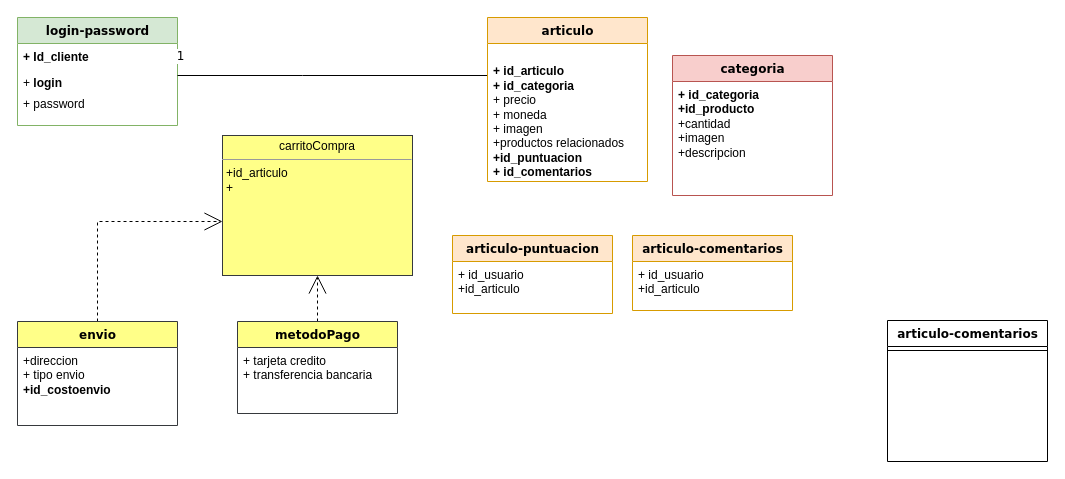
Above: Untitled Diagram.drawio in patty175/patty175 (draw.io), before the change. Source tidied: cells renumbered, new cells numbered last; positions are measured from the earlier drawing's top-left corner, leaving out a move shared by most shapes. Both pictures are drawn from the tidied source at 100%, with x=0, y=0 at pixel (17, 17).
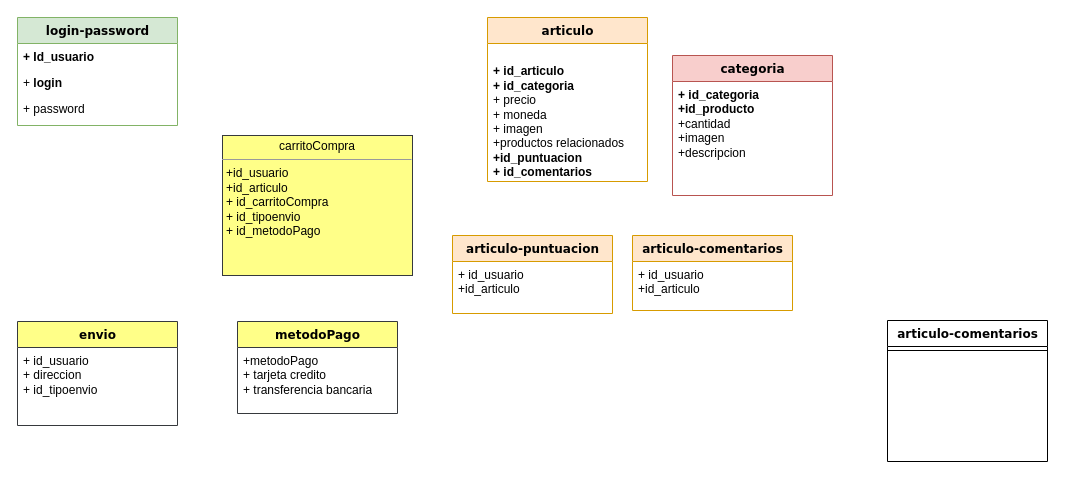
The same page after the edit.

Unchanged cells that the change refers to:
```xml
<mxCell id="3" value="envio" style="swimlane;html=1;fontStyle=1;align=center;verticalAlign=top;horizontal=1;startSize=26;swimlaneFillColor=#ffffff;rounded=0;shadow=0;comic=0;labelBackgroundColor=none;strokeWidth=1;fillColor=#ffff88;fontFamily=Verdana;fontSize=12;strokeColor=#36393d;" parent="1" vertex="1">
  <mxGeometry y="304" width="160" height="104" as="geometry" />
</mxCell>
<mxCell id="5" value="login-password" style="swimlane;html=1;fontStyle=1;align=center;verticalAlign=top;horizontal=1;startSize=26;swimlaneFillColor=#ffffff;rounded=0;shadow=0;comic=0;labelBackgroundColor=none;strokeWidth=1;fillColor=#d5e8d4;fontFamily=Verdana;fontSize=12;strokeColor=#82b366;" parent="1" vertex="1">
  <mxGeometry width="160" height="108" as="geometry" />
</mxCell>
<mxCell id="11" value="metodoPago" style="swimlane;html=1;fontStyle=1;align=center;verticalAlign=top;horizontal=1;startSize=26;swimlaneFillColor=#ffffff;rounded=0;shadow=0;comic=0;labelBackgroundColor=none;strokeWidth=1;fillColor=#ffff88;fontFamily=Verdana;fontSize=12;strokeColor=#36393d;" parent="1" vertex="1">
  <mxGeometry x="220" y="304" width="160" height="92" as="geometry" />
</mxCell>
<mxCell id="17" value="articulo" style="swimlane;html=1;fontStyle=1;align=center;verticalAlign=top;horizontal=1;startSize=26;swimlaneFillColor=#ffffff;rounded=0;shadow=0;comic=0;labelBackgroundColor=none;strokeWidth=1;fillColor=#ffe6cc;fontFamily=Verdana;fontSize=12;strokeColor=#d79b00;" parent="1" vertex="1">
  <mxGeometry x="470" width="160" height="164" as="geometry" />
</mxCell>
```

Diff of the diagram source:
```diff
@@
-    <mxCell id="2" style="edgeStyle=orthogonalEdgeStyle;rounded=0;html=1;dashed=1;labelBackgroundColor=none;startArrow=none;startFill=0;startSize=8;endArrow=open;endFill=0;endSize=16;fontFamily=Verdana;fontSize=12;" parent="1" edge="1" source="3" target="15">
-      <mxGeometry relative="1" as="geometry">
-        <Array as="points">
-          <mxPoint x="80" y="204" />
-        </Array>
-      </mxGeometry>
-    </mxCell>
@@
-    <mxCell id="4" value="+direccion&lt;br&gt;+ tipo envio&lt;br&gt;&lt;b&gt;+id_costoenvio&lt;/b&gt;" style="text;html=1;strokeColor=none;fillColor=none;align=left;verticalAlign=top;spacingLeft=4;spacingRight=4;whiteSpace=wrap;overflow=hidden;" parent="3" vertex="1">
+    <mxCell id="4" value="+ id_usuario&lt;br&gt;+ direccion&lt;br&gt;+ id_tipoenvio" style="text;html=1;strokeColor=none;fillColor=none;align=left;verticalAlign=top;spacingLeft=4;spacingRight=4;whiteSpace=wrap;overflow=hidden;" parent="3" vertex="1">
       <mxGeometry y="26" width="160" height="64" as="geometry" />
     </mxCell>
@@
-    <mxCell id="6" value="&lt;b&gt;+ Id_cliente&lt;br&gt;&lt;br&gt;&lt;/b&gt;" style="text;html=1;strokeColor=none;fillColor=none;align=left;verticalAlign=top;spacingLeft=4;spacingRight=4;whiteSpace=wrap;overflow=hidden;" parent="5" vertex="1">
+    <mxCell id="6" value="&lt;b&gt;+ Id_usuario&lt;br&gt;&lt;br&gt;&lt;/b&gt;" style="text;html=1;strokeColor=none;fillColor=none;align=left;verticalAlign=top;spacingLeft=4;spacingRight=4;whiteSpace=wrap;overflow=hidden;" parent="5" vertex="1">
       <mxGeometry y="26" width="160" height="26" as="geometry" />
     </mxCell>
@@
-    <mxCell id="8" style="edgeStyle=orthogonalEdgeStyle;rounded=0;html=1;labelBackgroundColor=none;startArrow=none;startFill=0;startSize=8;endArrow=none;endFill=0;endSize=16;fontFamily=Verdana;fontSize=12;" parent="1" edge="1" source="17" target="5">
-      <mxGeometry relative="1" as="geometry">
-        <Array as="points">
-          <mxPoint x="285" y="58" />
-          <mxPoint x="285" y="58" />
-        </Array>
-      </mxGeometry>
-    </mxCell>
-    <mxCell id="9" value="1" style="text;html=1;align=center;verticalAlign=middle;labelBackgroundColor=#ffffff;fontSize=12;fontFamily=Verdana;" parent="8" vertex="1">
-      <mxGeometry x="0.89" y="-1" relative="1" as="geometry">
-        <mxPoint x="-15" y="-19" as="offset" />
-      </mxGeometry>
-    </mxCell>
-    <mxCell id="10" style="edgeStyle=orthogonalEdgeStyle;rounded=0;html=1;dashed=1;labelBackgroundColor=none;startArrow=none;startFill=0;startSize=8;endArrow=open;endFill=0;endSize=16;fontFamily=Verdana;fontSize=12;" parent="1" edge="1" source="11" target="15">
-      <mxGeometry relative="1" as="geometry" />
-    </mxCell>
+    <mxCell id="16" value="+ password" style="text;html=1;strokeColor=none;fillColor=none;align=left;verticalAlign=top;spacingLeft=4;spacingRight=4;whiteSpace=wrap;overflow=hidden;" parent="5" vertex="1">
+      <mxGeometry y="78" width="160" height="25" as="geometry" />
+    </mxCell>
@@
-    <mxCell id="12" value="+ tarjeta credito&lt;br&gt;+ transferencia bancaria" style="text;html=1;strokeColor=none;fillColor=none;align=left;verticalAlign=top;spacingLeft=4;spacingRight=4;whiteSpace=wrap;overflow=hidden;" parent="11" vertex="1">
+    <mxCell id="12" value="+metodoPago&lt;br&gt;+ tarjeta credito&lt;br&gt;+ transferencia bancaria" style="text;html=1;strokeColor=none;fillColor=none;align=left;verticalAlign=top;spacingLeft=4;spacingRight=4;whiteSpace=wrap;overflow=hidden;" parent="11" vertex="1">
       <mxGeometry y="26" width="160" height="54" as="geometry" />
     </mxCell>
@@
-    <mxCell id="15" value="&lt;p style=&quot;margin: 0px ; margin-top: 4px ; text-align: center&quot;&gt;carritoCompra&lt;/p&gt;&lt;hr size=&quot;1&quot;&gt;&lt;p style=&quot;margin: 0px ; margin-left: 4px&quot;&gt;+id_articulo&lt;/p&gt;&lt;p style=&quot;margin: 0px ; margin-left: 4px&quot;&gt;+&amp;nbsp;&lt;/p&gt;&lt;p style=&quot;margin: 0px ; margin-left: 4px&quot;&gt;&lt;br&gt;&lt;/p&gt;" style="verticalAlign=top;align=left;overflow=fill;fontSize=12;fontFamily=Helvetica;html=1;rounded=0;shadow=0;comic=0;labelBackgroundColor=none;strokeWidth=1;fillColor=#ffff88;strokeColor=#36393d;" parent="1" vertex="1">
+    <mxCell id="15" value="&lt;p style=&quot;margin: 0px ; margin-top: 4px ; text-align: center&quot;&gt;carritoCompra&lt;/p&gt;&lt;hr size=&quot;1&quot;&gt;&lt;p style=&quot;margin: 0px ; margin-left: 4px&quot;&gt;+id_usuario&lt;/p&gt;&lt;p style=&quot;margin: 0px ; margin-left: 4px&quot;&gt;+id_articulo&lt;/p&gt;&lt;p style=&quot;margin: 0px ; margin-left: 4px&quot;&gt;+ id_carritoCompra&lt;/p&gt;&lt;p style=&quot;margin: 0px ; margin-left: 4px&quot;&gt;+ id_tipoenvio&lt;/p&gt;&lt;p style=&quot;margin: 0px ; margin-left: 4px&quot;&gt;+ id_metodoPago&lt;/p&gt;&lt;p style=&quot;margin: 0px ; margin-left: 4px&quot;&gt;&lt;br&gt;&lt;/p&gt;" style="verticalAlign=top;align=left;overflow=fill;fontSize=12;fontFamily=Helvetica;html=1;rounded=0;shadow=0;comic=0;labelBackgroundColor=none;strokeWidth=1;fillColor=#ffff88;strokeColor=#36393d;" parent="1" vertex="1">
       <mxGeometry x="205" y="118" width="190" height="140" as="geometry" />
     </mxCell>
-    <mxCell id="16" value="+ password" style="text;html=1;strokeColor=none;fillColor=none;align=left;verticalAlign=top;spacingLeft=4;spacingRight=4;whiteSpace=wrap;overflow=hidden;" parent="1" vertex="1">
-      <mxGeometry y="73" width="160" height="25" as="geometry" />
-    </mxCell>
```
